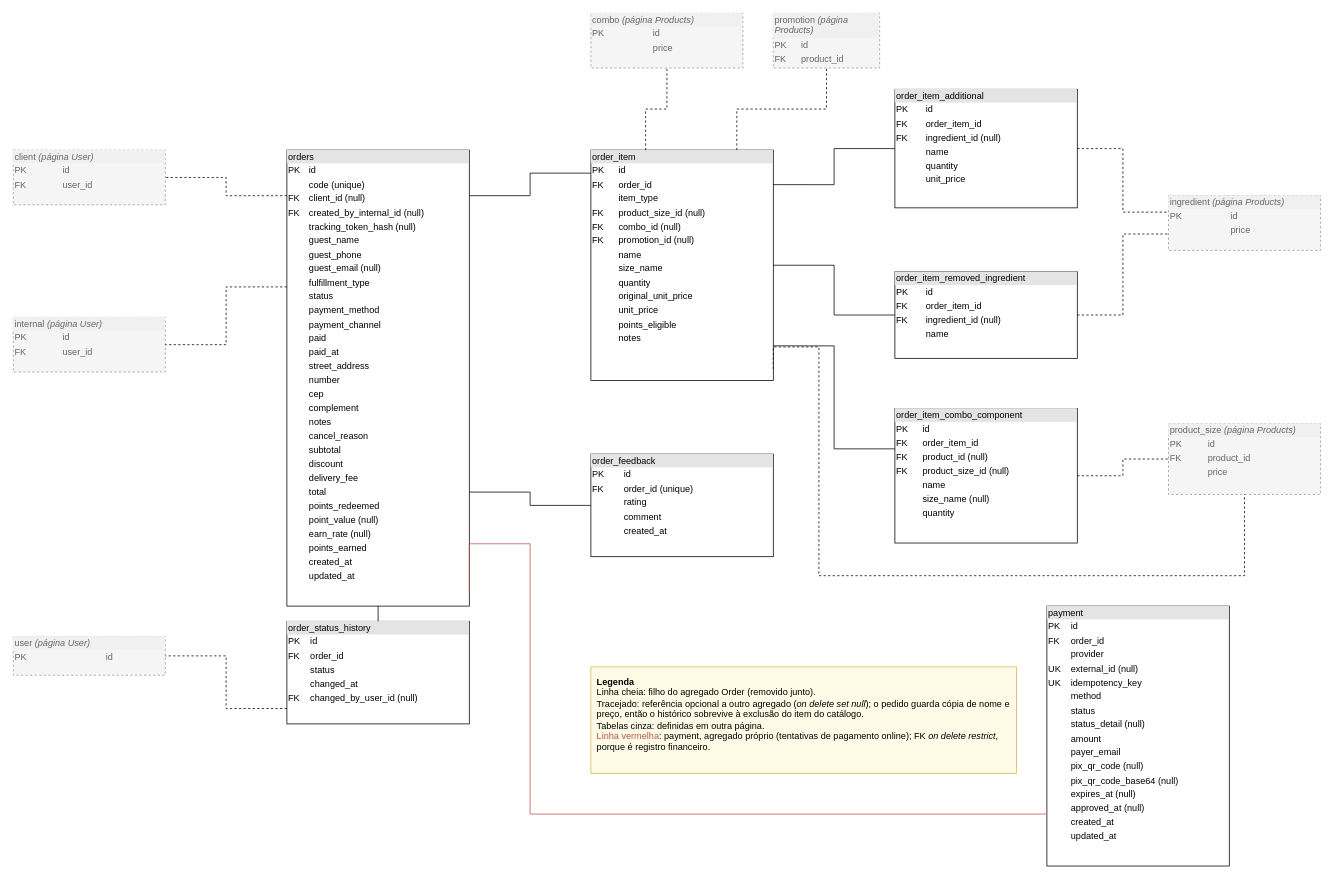
Above: page "Orders" (4 of 6) of docs/data-modeling/data_modeling.drawio in doda-s/nippon-ten (draw.io), before the change. Source tidied: cells renumbered, new cells numbered last; positions are measured from the earlier drawing's top-left corner, leaving out a move shared by most shapes. Both pictures are drawn from the tidied source at 76%, with x=0, y=0 at pixel (13, 13).
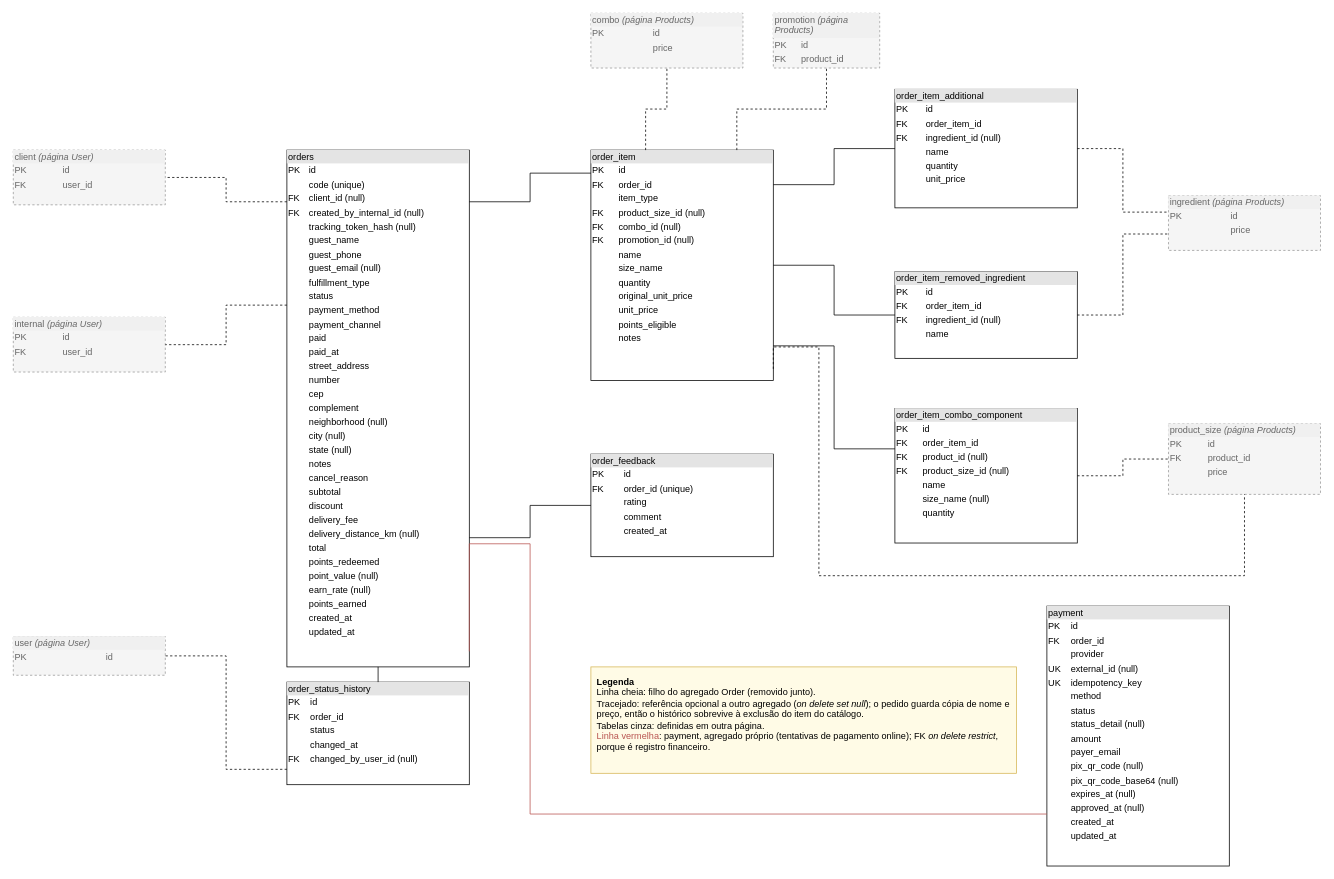
Above is the later version.

The edit, as a diff of the source:
```diff
@@
-    <mxCell id="2" value="&lt;div style=&quot;box-sizing: border-box; width: 100%; background: rgb(228, 228, 228); padding: 2px;&quot;&gt;orders&lt;/div&gt;&lt;table style=&quot;width:100%;font-size:1em;&quot; cellpadding=&quot;2&quot; cellspacing=&quot;0&quot;&gt;&lt;tbody&gt;&lt;tr&gt;&lt;td&gt;PK&lt;/td&gt;&lt;td&gt;id&lt;/td&gt;&lt;/tr&gt;&lt;tr&gt;&lt;td&gt;&lt;/td&gt;&lt;td&gt;code (unique)&lt;/td&gt;&lt;/tr&gt;&lt;tr&gt;&lt;td&gt;FK&lt;/td&gt;&lt;td&gt;client_id (null)&lt;/td&gt;&lt;/tr&gt;&lt;tr&gt;&lt;td&gt;FK&lt;/td&gt;&lt;td&gt;created_by_internal_id (null)&lt;/td&gt;&lt;/tr&gt;&lt;tr&gt;&lt;td&gt;&lt;/td&gt;&lt;td&gt;tracking_token_hash (null)&lt;/td&gt;&lt;/tr&gt;&lt;tr&gt;&lt;td&gt;&lt;/td&gt;&lt;td&gt;guest_name&lt;/td&gt;&lt;/tr&gt;&lt;tr&gt;&lt;td&gt;&lt;/td&gt;&lt;td&gt;guest_phone&lt;/td&gt;&lt;/tr&gt;&lt;tr&gt;&lt;td&gt;&lt;/td&gt;&lt;td&gt;guest_email (null)&lt;/td&gt;&lt;/tr&gt;&lt;tr&gt;&lt;td&gt;&lt;/td&gt;&lt;td&gt;fulfillment_type&lt;/td&gt;&lt;/tr&gt;&lt;tr&gt;&lt;td&gt;&lt;/td&gt;&lt;td&gt;status&lt;/td&gt;&lt;/tr&gt;&lt;tr&gt;&lt;td&gt;&lt;/td&gt;&lt;td&gt;payment_method&lt;/td&gt;&lt;/tr&gt;&lt;tr&gt;&lt;td&gt;&lt;/td&gt;&lt;td&gt;payment_channel&lt;/td&gt;&lt;/tr&gt;&lt;tr&gt;&lt;td&gt;&lt;/td&gt;&lt;td&gt;paid&lt;/td&gt;&lt;/tr&gt;&lt;tr&gt;&lt;td&gt;&lt;/td&gt;&lt;td&gt;paid_at&lt;/td&gt;&lt;/tr&gt;&lt;tr&gt;&lt;td&gt;&lt;/td&gt;&lt;td&gt;street_address&lt;/td&gt;&lt;/tr&gt;&lt;tr&gt;&lt;td&gt;&lt;/td&gt;&lt;td&gt;number&lt;/td&gt;&lt;/tr&gt;&lt;tr&gt;&lt;td&gt;&lt;/td&gt;&lt;td&gt;cep&lt;/td&gt;&lt;/tr&gt;&lt;tr&gt;&lt;td&gt;&lt;/td&gt;&lt;td&gt;complement&lt;/td&gt;&lt;/tr&gt;&lt;tr&gt;&lt;td&gt;&lt;/td&gt;&lt;td&gt;notes&lt;/td&gt;&lt;/tr&gt;&lt;tr&gt;&lt;td&gt;&lt;/td&gt;&lt;td&gt;cancel_reason&lt;/td&gt;&lt;/tr&gt;&lt;tr&gt;&lt;td&gt;&lt;/td&gt;&lt;td&gt;subtotal&lt;/td&gt;&lt;/tr&gt;&lt;tr&gt;&lt;td&gt;&lt;/td&gt;&lt;td&gt;discount&lt;/td&gt;&lt;/tr&gt;&lt;tr&gt;&lt;td&gt;&lt;/td&gt;&lt;td&gt;delivery_fee&lt;/td&gt;&lt;/tr&gt;&lt;tr&gt;&lt;td&gt;&lt;/td&gt;&lt;td&gt;total&lt;/td&gt;&lt;/tr&gt;&lt;tr&gt;&lt;td&gt;&lt;/td&gt;&lt;td&gt;points_redeemed&lt;/td&gt;&lt;/tr&gt;&lt;tr&gt;&lt;td&gt;&lt;/td&gt;&lt;td&gt;point_value (null)&lt;/td&gt;&lt;/tr&gt;&lt;tr&gt;&lt;td&gt;&lt;/td&gt;&lt;td&gt;earn_rate (null)&lt;/td&gt;&lt;/tr&gt;&lt;tr&gt;&lt;td&gt;&lt;/td&gt;&lt;td&gt;points_earned&lt;/td&gt;&lt;/tr&gt;&lt;tr&gt;&lt;td&gt;&lt;/td&gt;&lt;td&gt;created_at&lt;/td&gt;&lt;/tr&gt;&lt;tr&gt;&lt;td&gt;&lt;/td&gt;&lt;td&gt;updated_at&lt;/td&gt;&lt;/tr&gt;&lt;/tbody&gt;&lt;/table&gt;" style="verticalAlign=top;align=left;overflow=fill;html=1;whiteSpace=wrap;" parent="1" vertex="1">
-      <mxGeometry x="360" y="180" width="240" height="600" as="geometry" />
+    <mxCell id="2" value="&lt;div style=&quot;box-sizing: border-box; width: 100%; background: rgb(228, 228, 228); padding: 2px;&quot;&gt;orders&lt;/div&gt;&lt;table style=&quot;width:100%;font-size:1em;&quot; cellpadding=&quot;2&quot; cellspacing=&quot;0&quot;&gt;&lt;tbody&gt;&lt;tr&gt;&lt;td&gt;PK&lt;/td&gt;&lt;td&gt;id&lt;/td&gt;&lt;/tr&gt;&lt;tr&gt;&lt;td&gt;&lt;/td&gt;&lt;td&gt;code (unique)&lt;/td&gt;&lt;/tr&gt;&lt;tr&gt;&lt;td&gt;FK&lt;/td&gt;&lt;td&gt;client_id (null)&lt;/td&gt;&lt;/tr&gt;&lt;tr&gt;&lt;td&gt;FK&lt;/td&gt;&lt;td&gt;created_by_internal_id (null)&lt;/td&gt;&lt;/tr&gt;&lt;tr&gt;&lt;td&gt;&lt;/td&gt;&lt;td&gt;tracking_token_hash (null)&lt;/td&gt;&lt;/tr&gt;&lt;tr&gt;&lt;td&gt;&lt;/td&gt;&lt;td&gt;guest_name&lt;/td&gt;&lt;/tr&gt;&lt;tr&gt;&lt;td&gt;&lt;/td&gt;&lt;td&gt;guest_phone&lt;/td&gt;&lt;/tr&gt;&lt;tr&gt;&lt;td&gt;&lt;/td&gt;&lt;td&gt;guest_email (null)&lt;/td&gt;&lt;/tr&gt;&lt;tr&gt;&lt;td&gt;&lt;/td&gt;&lt;td&gt;fulfillment_type&lt;/td&gt;&lt;/tr&gt;&lt;tr&gt;&lt;td&gt;&lt;/td&gt;&lt;td&gt;status&lt;/td&gt;&lt;/tr&gt;&lt;tr&gt;&lt;td&gt;&lt;/td&gt;&lt;td&gt;payment_method&lt;/td&gt;&lt;/tr&gt;&lt;tr&gt;&lt;td&gt;&lt;/td&gt;&lt;td&gt;payment_channel&lt;/td&gt;&lt;/tr&gt;&lt;tr&gt;&lt;td&gt;&lt;/td&gt;&lt;td&gt;paid&lt;/td&gt;&lt;/tr&gt;&lt;tr&gt;&lt;td&gt;&lt;/td&gt;&lt;td&gt;paid_at&lt;/td&gt;&lt;/tr&gt;&lt;tr&gt;&lt;td&gt;&lt;/td&gt;&lt;td&gt;street_address&lt;/td&gt;&lt;/tr&gt;&lt;tr&gt;&lt;td&gt;&lt;/td&gt;&lt;td&gt;number&lt;/td&gt;&lt;/tr&gt;&lt;tr&gt;&lt;td&gt;&lt;/td&gt;&lt;td&gt;cep&lt;/td&gt;&lt;/tr&gt;&lt;tr&gt;&lt;td&gt;&lt;/td&gt;&lt;td&gt;complement&lt;/td&gt;&lt;/tr&gt;&lt;tr&gt;&lt;td&gt;&lt;/td&gt;&lt;td&gt;neighborhood (null)&lt;/td&gt;&lt;/tr&gt;&lt;tr&gt;&lt;td&gt;&lt;/td&gt;&lt;td&gt;city (null)&lt;/td&gt;&lt;/tr&gt;&lt;tr&gt;&lt;td&gt;&lt;/td&gt;&lt;td&gt;state (null)&lt;/td&gt;&lt;/tr&gt;&lt;tr&gt;&lt;td&gt;&lt;/td&gt;&lt;td&gt;notes&lt;/td&gt;&lt;/tr&gt;&lt;tr&gt;&lt;td&gt;&lt;/td&gt;&lt;td&gt;cancel_reason&lt;/td&gt;&lt;/tr&gt;&lt;tr&gt;&lt;td&gt;&lt;/td&gt;&lt;td&gt;subtotal&lt;/td&gt;&lt;/tr&gt;&lt;tr&gt;&lt;td&gt;&lt;/td&gt;&lt;td&gt;discount&lt;/td&gt;&lt;/tr&gt;&lt;tr&gt;&lt;td&gt;&lt;/td&gt;&lt;td&gt;delivery_fee&lt;/td&gt;&lt;/tr&gt;&lt;tr&gt;&lt;td&gt;&lt;/td&gt;&lt;td&gt;delivery_distance_km (null)&lt;/td&gt;&lt;/tr&gt;&lt;tr&gt;&lt;td&gt;&lt;/td&gt;&lt;td&gt;total&lt;/td&gt;&lt;/tr&gt;&lt;tr&gt;&lt;td&gt;&lt;/td&gt;&lt;td&gt;points_redeemed&lt;/td&gt;&lt;/tr&gt;&lt;tr&gt;&lt;td&gt;&lt;/td&gt;&lt;td&gt;point_value (null)&lt;/td&gt;&lt;/tr&gt;&lt;tr&gt;&lt;td&gt;&lt;/td&gt;&lt;td&gt;earn_rate (null)&lt;/td&gt;&lt;/tr&gt;&lt;tr&gt;&lt;td&gt;&lt;/td&gt;&lt;td&gt;points_earned&lt;/td&gt;&lt;/tr&gt;&lt;tr&gt;&lt;td&gt;&lt;/td&gt;&lt;td&gt;created_at&lt;/td&gt;&lt;/tr&gt;&lt;tr&gt;&lt;td&gt;&lt;/td&gt;&lt;td&gt;updated_at&lt;/td&gt;&lt;/tr&gt;&lt;/tbody&gt;&lt;/table&gt;" style="verticalAlign=top;align=left;overflow=fill;html=1;whiteSpace=wrap;" parent="1" vertex="1">
+      <mxGeometry x="360" y="180" width="240" height="680" as="geometry" />
     </mxCell>
@@
     <mxCell id="7" value="&lt;div style=&quot;box-sizing: border-box; width: 100%; background: rgb(228, 228, 228); padding: 2px;&quot;&gt;order_status_history&lt;/div&gt;&lt;table style=&quot;width:100%;font-size:1em;&quot; cellpadding=&quot;2&quot; cellspacing=&quot;0&quot;&gt;&lt;tbody&gt;&lt;tr&gt;&lt;td&gt;PK&lt;/td&gt;&lt;td&gt;id&lt;/td&gt;&lt;/tr&gt;&lt;tr&gt;&lt;td&gt;FK&lt;/td&gt;&lt;td&gt;order_id&lt;/td&gt;&lt;/tr&gt;&lt;tr&gt;&lt;td&gt;&lt;/td&gt;&lt;td&gt;status&lt;/td&gt;&lt;/tr&gt;&lt;tr&gt;&lt;td&gt;&lt;/td&gt;&lt;td&gt;changed_at&lt;/td&gt;&lt;/tr&gt;&lt;tr&gt;&lt;td&gt;FK&lt;/td&gt;&lt;td&gt;changed_by_user_id (null)&lt;/td&gt;&lt;/tr&gt;&lt;/tbody&gt;&lt;/table&gt;" style="verticalAlign=top;align=left;overflow=fill;html=1;whiteSpace=wrap;" parent="1" vertex="1">
-      <mxGeometry x="360" y="800" width="240" height="135" as="geometry" />
+      <mxGeometry x="360" y="880" width="240" height="135" as="geometry" />
     </mxCell>
```
